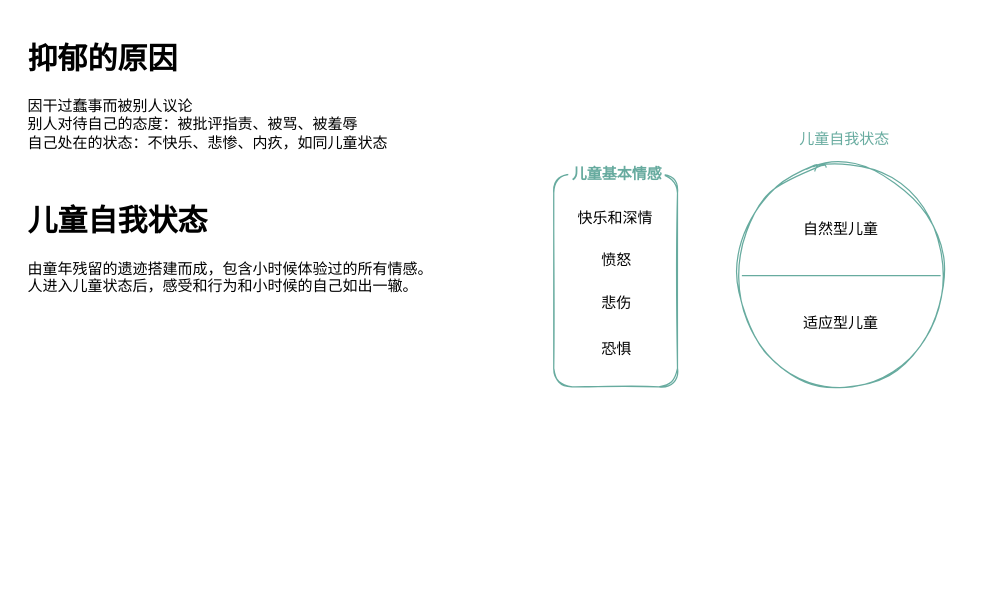
Above: hamaxianshengqukanxinliyisheng/hamaxiansheng.drawio in kirito1015/books.read (draw.io), before the change. Source tidied: cells renumbered, new cells numbered last; positions are measured from the earlier drawing's top-left corner, leaving out a move shared by most shapes. Both pictures are drawn from the tidied source at 125%, with x=0, y=0 at pixel (21, 34).
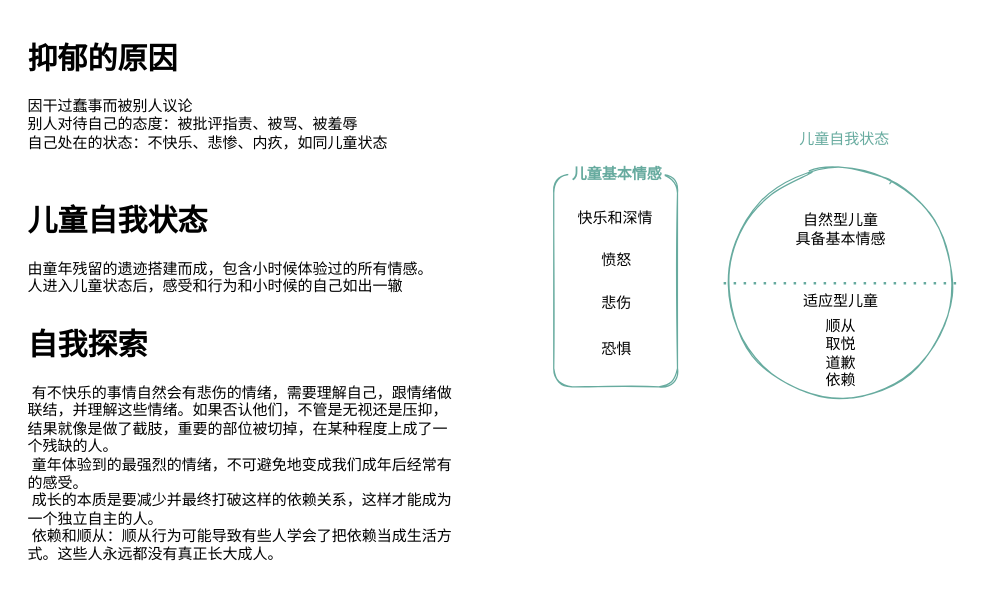
The same page after the edit.

What changed in the source:
```diff
@@
 <mxGraphModel>
   <root>
     <mxCell id="0" />
     <mxCell id="1" parent="0" />
+    <mxCell id="15" style="ellipse;whiteSpace=wrap;html=1;shadow=0;sketch=1;fontColor=#000000;strokeColor=#67AB9F;fillColor=default;" parent="1" vertex="1">
+      <mxGeometry x="561.4" y="106" width="187.2" height="186" as="geometry" />
+    </mxCell>
     <mxCell id="2" value="&lt;h1&gt;抑郁的原因&lt;/h1&gt;&lt;div&gt;因干过蠢事而被别人议论&lt;/div&gt;&lt;div&gt;别人对待自己的态度：被批评指责、被骂、被羞辱&lt;/div&gt;&lt;div&gt;自己处在的状态：不快乐、悲惨、内疚，如同儿童状态&lt;/div&gt;&lt;p&gt;&lt;br&gt;&lt;/p&gt;" style="text;html=1;strokeColor=none;fillColor=none;spacing=5;spacingTop=-20;whiteSpace=wrap;overflow=hidden;rounded=0;" parent="1" vertex="1">
       <mxGeometry width="331" height="119" as="geometry" />
     </mxCell>
-    <mxCell id="3" value="&lt;h1&gt;儿童自我状态&lt;/h1&gt;&lt;div&gt;由童年残留的遗迹搭建而成，包含小时候体验过的所有情感。&lt;/div&gt;&lt;div&gt;人进入儿童状态后，感受和行为和小时候的自己如出一辙。&lt;/div&gt;" style="text;html=1;strokeColor=none;fillColor=none;spacing=5;spacingTop=-20;whiteSpace=wrap;overflow=hidden;rounded=0;" parent="1" vertex="1">
+    <mxCell id="3" value="&lt;h1&gt;儿童自我状态&lt;/h1&gt;&lt;div&gt;由童年残留的遗迹搭建而成，包含小时候体验过的所有情感。&lt;/div&gt;&lt;div&gt;人进入儿童状态后，感受和行为和小时候的自己如出一辙&lt;/div&gt;" style="text;html=1;strokeColor=none;fillColor=none;spacing=5;spacingTop=-20;whiteSpace=wrap;overflow=hidden;rounded=0;" parent="1" vertex="1">
       <mxGeometry y="130" width="354" height="119" as="geometry" />
     </mxCell>
     <mxCell id="4" style="rounded=1;whiteSpace=wrap;html=1;sketch=1;strokeColor=#67AB9F;" parent="1" vertex="1">
       <mxGeometry x="425.5" y="112" width="99" height="170" as="geometry" />
     </mxCell>
     <mxCell id="5" value="快乐和深情" style="text;html=1;strokeColor=none;fillColor=none;align=center;verticalAlign=middle;whiteSpace=wrap;rounded=0;sketch=1;" parent="1" vertex="1">
       <mxGeometry x="438" y="133" width="74" height="28" as="geometry" />
     </mxCell>
     <mxCell id="6" value="愤怒" style="text;html=1;strokeColor=none;fillColor=none;align=center;verticalAlign=middle;whiteSpace=wrap;rounded=0;sketch=1;" parent="1" vertex="1">
       <mxGeometry x="439" y="167" width="74" height="28" as="geometry" />
     </mxCell>
     <mxCell id="7" value="悲伤" style="text;html=1;strokeColor=none;fillColor=none;align=center;verticalAlign=middle;whiteSpace=wrap;rounded=0;sketch=1;" parent="1" vertex="1">
       <mxGeometry x="439" y="201" width="74" height="28" as="geometry" />
     </mxCell>
     <mxCell id="8" value="恐惧" style="text;html=1;strokeColor=none;fillColor=none;align=center;verticalAlign=middle;whiteSpace=wrap;rounded=0;sketch=1;" parent="1" vertex="1">
       <mxGeometry x="439" y="238" width="74" height="28" as="geometry" />
     </mxCell>
     <mxCell id="9" value="儿童基本情感" style="text;html=1;align=center;verticalAlign=middle;whiteSpace=wrap;rounded=0;sketch=1;fillColor=default;fontColor=#67AB9F;fontStyle=1;" parent="1" vertex="1">
       <mxGeometry x="438" y="98" width="77" height="28" as="geometry" />
     </mxCell>
-    <mxCell id="10" style="ellipse;whiteSpace=wrap;html=1;sketch=1;strokeColor=#67AB9F;fillColor=default;shadow=0;" parent="1" vertex="1">
-      <mxGeometry x="569" y="107" width="172" height="172" as="geometry" />
-    </mxCell>
-    <mxCell id="11" style="endArrow=none;html=1;rounded=0;strokeColor=#67AB9F;" parent="1" edge="1">
-      <mxGeometry relative="1" as="geometry">
-        <mxPoint x="576" y="193" as="sourcePoint" />
-        <mxPoint x="735" y="193" as="targetPoint" />
-      </mxGeometry>
-    </mxCell>
     <mxCell id="12" value="儿童自我状态" style="text;html=1;strokeColor=none;fillColor=default;align=center;verticalAlign=middle;whiteSpace=wrap;rounded=0;sketch=1;fontColor=#67AB9F;" parent="1" vertex="1">
       <mxGeometry x="619.5" y="70" width="77" height="28" as="geometry" />
     </mxCell>
-    <mxCell id="13" value="自然型儿童" style="text;html=1;strokeColor=none;fillColor=none;align=center;verticalAlign=middle;whiteSpace=wrap;rounded=0;shadow=0;sketch=1;fontColor=#000000;" parent="1" vertex="1">
+    <mxCell id="13" value="自然型儿童&lt;br&gt;具备基本情感" style="text;html=1;strokeColor=none;fillColor=none;align=center;verticalAlign=middle;whiteSpace=wrap;rounded=0;shadow=0;sketch=1;fontColor=#000000;" parent="1" vertex="1">
       <mxGeometry x="613.5" y="141" width="83" height="30" as="geometry" />
     </mxCell>
     <mxCell id="14" value="适应型儿童" style="text;html=1;strokeColor=none;fillColor=none;align=center;verticalAlign=middle;whiteSpace=wrap;rounded=0;shadow=0;sketch=1;fontColor=#000000;" parent="1" vertex="1">
-      <mxGeometry x="613.5" y="216" width="83" height="30" as="geometry" />
+      <mxGeometry x="618.5" y="199" width="73" height="29" as="geometry" />
     </mxCell>
+    <mxCell id="16" value="&lt;h1&gt;自我探索&lt;/h1&gt;&lt;div&gt;&lt;span style=&quot;white-space: pre&quot;&gt; &lt;/span&gt;有不快乐的事情自然会有悲伤的情绪，需要理解自己，跟情绪做联结，并理解这些情绪。如果否认他们，不管是无视还是压抑，结果就像是做了截肢，重要的部位被切掉，在某种程度上成了一个残缺的人。&lt;/div&gt;&lt;div&gt;&lt;span style=&quot;white-space: pre&quot;&gt; &lt;/span&gt;童年体验到的最强烈的情绪，不可避免地变成我们成年后经常有的感受。&lt;/div&gt;&lt;div&gt;&lt;span style=&quot;white-space: pre&quot;&gt; &lt;/span&gt;成长的本质是要减少并最终打破这样的依赖关系，这样才能成为一个独立自主的人。&lt;br&gt;&lt;/div&gt;&lt;div&gt;&lt;span style=&quot;white-space: pre&quot;&gt; &lt;/span&gt;依赖和顺从：顺从行为可能导致有些人学会了把依赖当成生活方式。这些人永远都没有真正长大成人。&lt;br&gt;&lt;/div&gt;" style="text;html=1;strokeColor=none;fillColor=none;spacing=5;spacingTop=-20;whiteSpace=wrap;overflow=hidden;rounded=0;" parent="1" vertex="1">
+      <mxGeometry y="229" width="354" height="209" as="geometry" />
+    </mxCell>
+    <mxCell id="17" value="顺从&lt;br&gt;取悦&lt;br&gt;道歉&lt;br&gt;依赖" style="text;html=1;strokeColor=none;fillColor=none;align=center;verticalAlign=middle;whiteSpace=wrap;rounded=0;shadow=0;sketch=1;fontColor=#000000;" parent="1" vertex="1">
+      <mxGeometry x="602.7" y="222" width="104.5" height="66" as="geometry" />
+    </mxCell>
+    <mxCell id="18" style="endArrow=none;dashed=1;html=1;dashPattern=1 3;strokeWidth=2;rounded=0;fontColor=#000000;entryX=1;entryY=0.5;entryDx=0;entryDy=0;exitX=0;exitY=0.5;exitDx=0;exitDy=0;strokeColor=#67AB9F;" parent="1" edge="1" source="15" target="15">
+      <mxGeometry relative="1" as="geometry" />
+    </mxCell>
   </root>
 </mxGraphModel>
```
